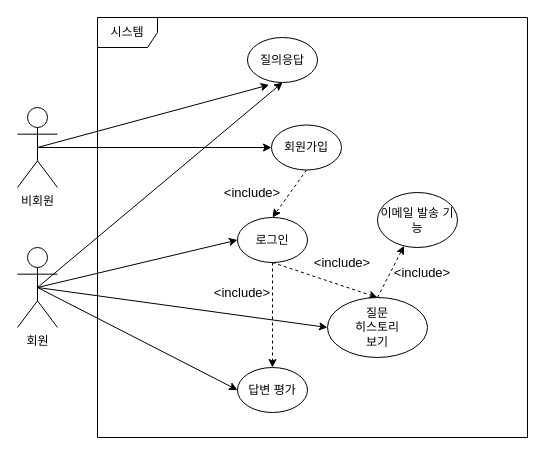
datastreams-knu/Documents keeps this draw.io diagram as usecase 수정본.drawio. Above is the earlier version. Source tidied: cells renumbered, new cells numbered last; positions are measured from the earlier drawing's top-left corner, leaving out a move shared by most shapes. Both pictures are drawn from the tidied source at 100%, with x=0, y=0 at pixel (17, 17).
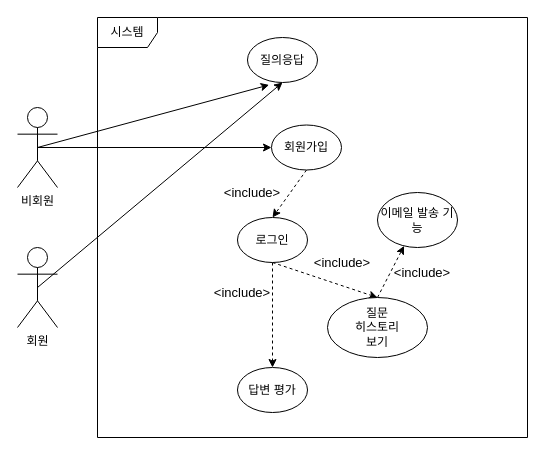
After the change.

Commit message:
DOCS:usecase diagram 최종 수정

Unchanged cells that the change refers to:
```xml
<mxCell id="6" value="회원" style="shape=umlActor;verticalLabelPosition=bottom;verticalAlign=top;html=1;outlineConnect=0;" parent="1" vertex="1">
  <mxGeometry y="230" width="40" height="80" as="geometry" />
</mxCell>
<mxCell id="9" value="로그인" style="ellipse;whiteSpace=wrap;html=1;" parent="1" vertex="1">
  <mxGeometry x="220" y="200" width="70" height="45" as="geometry" />
</mxCell>
<mxCell id="11" value="&lt;div&gt;질문&lt;/div&gt;히스토리&lt;div&gt;보기&lt;/div&gt;" style="ellipse;whiteSpace=wrap;html=1;" parent="1" vertex="1">
  <mxGeometry x="310" y="280" width="100" height="60" as="geometry" />
</mxCell>
<mxCell id="21" value="답변 평가" style="ellipse;whiteSpace=wrap;html=1;" parent="1" vertex="1">
  <mxGeometry x="220" y="350" width="70" height="45" as="geometry" />
</mxCell>
```

Change to the diagram source:
```diff
@@
-    <mxCell id="2" style="rounded=0;jettySize=auto;html=1;exitX=0.5;exitY=0.5;exitDx=0;exitDy=0;exitPerimeter=0;entryX=0;entryY=0.5;entryDx=0;entryDy=0;" parent="1" edge="1" source="6" target="9">
-      <mxGeometry relative="1" as="geometry" />
-    </mxCell>
-    <mxCell id="3" style="rounded=0;jettySize=auto;html=1;exitX=0.5;exitY=0.5;exitDx=0;exitDy=0;exitPerimeter=0;entryX=0;entryY=0.5;entryDx=0;entryDy=0;" parent="1" edge="1" source="6" target="11">
-      <mxGeometry relative="1" as="geometry" />
-    </mxCell>
@@
-    <mxCell id="5" style="rounded=0;jettySize=auto;html=1;exitX=0.5;exitY=0.5;exitDx=0;exitDy=0;exitPerimeter=0;entryX=0;entryY=0.5;entryDx=0;entryDy=0;" parent="1" edge="1" source="6" target="21">
-      <mxGeometry relative="1" as="geometry" />
-    </mxCell>
```
